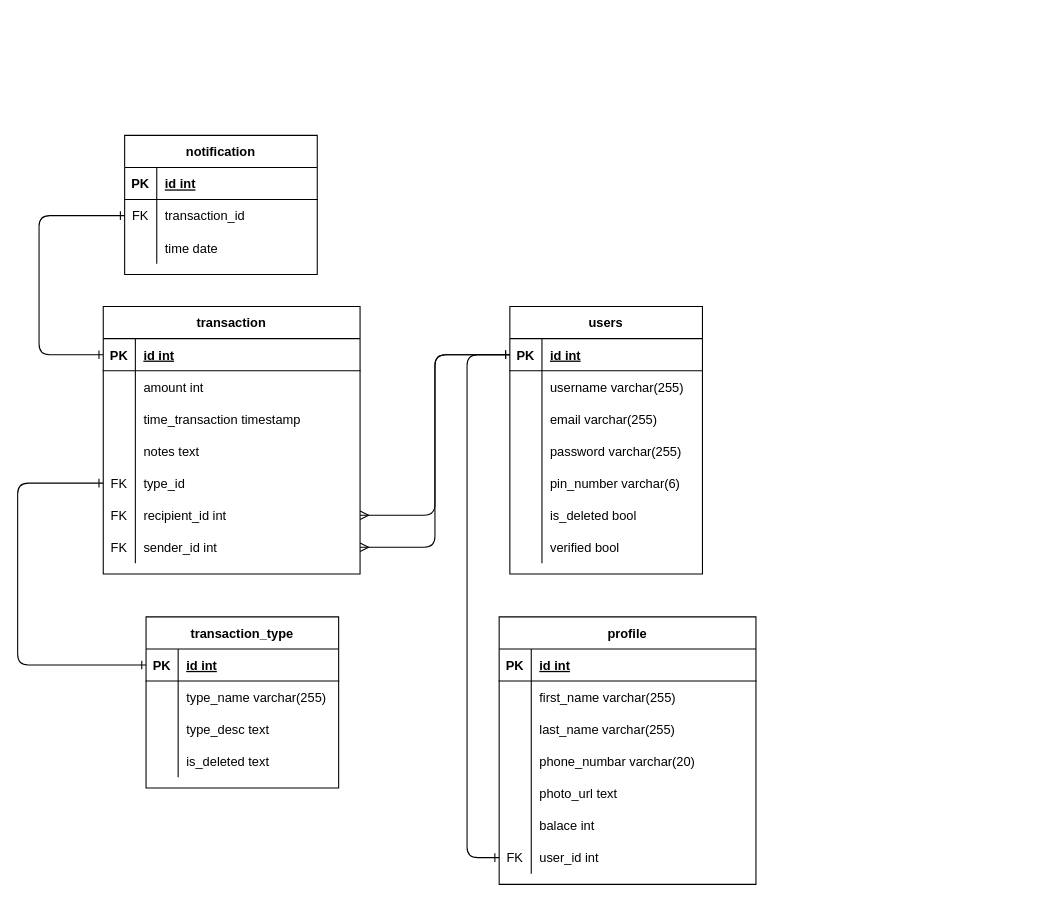
Before: erd.drawio in afrizalsofyan/fw9-backend, a draw.io diagram. Source tidied: cells renumbered, new cells numbered last; positions are measured from the earlier drawing's top-left corner, leaving out a move shared by most shapes. Both pictures are drawn from the tidied source at 107%, with x=0, y=0 at pixel (17, 135).
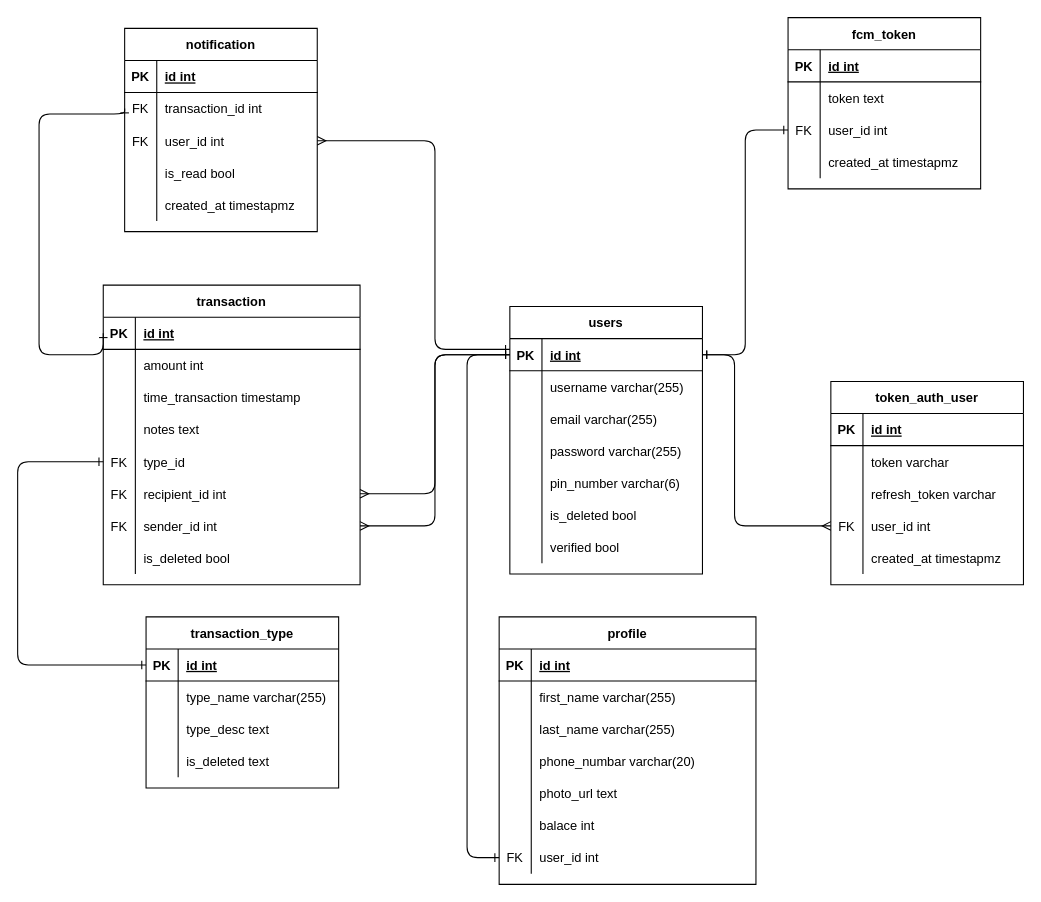
The same page after the edit.

Commit message (it also covers changes not shown here):
update postman docs and erd

The change refers to these unchanged cells:
```xml
<mxCell id="3" style="shape=partialRectangle;fillColor=none;top=0;left=0;bottom=1;right=0;points=[[0,0.5],[1,0.5]];portConstraint=eastwest;" parent="2" vertex="1">
  <mxGeometry y="30" width="180" height="30" as="geometry" />
</mxCell>
<mxCell id="47" style="shape=partialRectangle;fillColor=none;top=0;left=0;bottom=1;right=0;points=[[0,0.5],[1,0.5]];portConstraint=eastwest;" parent="46" vertex="1">
  <mxGeometry y="30" width="240" height="30" as="geometry" />
</mxCell>
<mxCell id="59" style="shape=partialRectangle;fillColor=none;top=0;left=0;bottom=0;right=0;points=[[0,0.5],[1,0.5]];portConstraint=eastwest;" parent="46" vertex="1">
  <mxGeometry y="150" width="240" height="30" as="geometry" />
</mxCell>
<mxCell id="69" style="shape=partialRectangle;fillColor=none;top=0;left=0;bottom=1;right=0;points=[[0,0.5],[1,0.5]];portConstraint=eastwest;" parent="68" vertex="1">
  <mxGeometry y="30" width="180" height="30" as="geometry" />
</mxCell>
<mxCell id="89" style="shape=partialRectangle;fillColor=none;top=0;left=0;bottom=0;right=0;points=[[0,0.5],[1,0.5]];portConstraint=eastwest;" parent="85" vertex="1">
  <mxGeometry y="60" width="180" height="30" as="geometry" />
</mxCell>
<mxCell id="92" style="shape=partialRectangle;fillColor=none;top=0;left=0;bottom=0;right=0;points=[[0,0.5],[1,0.5]];portConstraint=eastwest;" parent="85" vertex="1">
  <mxGeometry y="90" width="180" height="30" as="geometry" />
</mxCell>
```

The edit, as a diff of the source:
```diff
@@
     <mxCell id="46" value="transaction" style="shape=table;startSize=30;childLayout=tableLayout;rowLines=0;fontStyle=1;align=center;" parent="1" vertex="1">
-      <mxGeometry x="80" y="160" width="240" height="250" as="geometry" />
+      <mxGeometry x="80" y="140" width="240" height="280" as="geometry" />
     </mxCell>
@@
+    <mxCell id="96" style="shape=partialRectangle;fillColor=none;top=0;left=0;bottom=0;right=0;" parent="46" vertex="1">
+      <mxGeometry y="240" width="240" height="30" as="geometry" />
+    </mxCell>
+    <mxCell id="97" style="shape=partialRectangle;fillColor=none;top=0;left=0;bottom=0;right=0;overflow=hidden;" parent="96" vertex="1">
+      <mxGeometry width="30" height="30" as="geometry" />
+    </mxCell>
+    <mxCell id="98" value="is_deleted bool" style="shape=partialRectangle;fillColor=none;top=0;left=0;bottom=0;right=0;align=left;spacingLeft=6;overflow=hidden;" parent="96" vertex="1">
+      <mxGeometry x="30" width="210" height="30" as="geometry" />
+    </mxCell>
@@
     <mxCell id="84" style="edgeStyle=orthogonalEdgeStyle;html=1;entryX=0;entryY=0.5;entryDx=0;entryDy=0;startArrow=ERone;startFill=0;endArrow=ERone;endFill=0;" parent="1" edge="1" source="59" target="69">
       <mxGeometry relative="1" as="geometry">
         <Array as="points">
-          <mxPoint y="325" />
+          <mxPoint y="305" />
           <mxPoint y="495" />
         </Array>
       </mxGeometry>
     </mxCell>
     <mxCell id="85" value="notification" style="shape=table;startSize=30;childLayout=tableLayout;rowLines=0;fontStyle=1;align=center;" parent="1" vertex="1">
-      <mxGeometry x="100" width="180" height="130" as="geometry" />
+      <mxGeometry x="100" y="-100" width="180" height="190" as="geometry" />
     </mxCell>
@@
-    <mxCell id="91" value="transaction_id" style="shape=partialRectangle;fillColor=none;top=0;left=0;bottom=0;right=0;align=left;spacingLeft=6;overflow=hidden;" parent="89" vertex="1">
+    <mxCell id="91" value="transaction_id int" style="shape=partialRectangle;fillColor=none;top=0;left=0;bottom=0;right=0;align=left;spacingLeft=6;overflow=hidden;" parent="89" vertex="1">
       <mxGeometry x="30" width="150" height="30" as="geometry" />
     </mxCell>
@@
-    <mxCell id="93" style="shape=partialRectangle;fillColor=none;top=0;left=0;bottom=0;right=0;overflow=hidden;" parent="92" vertex="1">
+    <mxCell id="93" value="FK" style="shape=partialRectangle;fillColor=none;top=0;left=0;bottom=0;right=0;overflow=hidden;" parent="92" vertex="1">
       <mxGeometry width="30" height="30" as="geometry" />
     </mxCell>
-    <mxCell id="94" value="time date" style="shape=partialRectangle;fillColor=none;top=0;left=0;bottom=0;right=0;align=left;spacingLeft=6;overflow=hidden;" parent="92" vertex="1">
+    <mxCell id="94" value="user_id int" style="shape=partialRectangle;fillColor=none;top=0;left=0;bottom=0;right=0;align=left;spacingLeft=6;overflow=hidden;" parent="92" vertex="1">
       <mxGeometry x="30" width="150" height="30" as="geometry" />
     </mxCell>
+    <mxCell id="99" style="shape=partialRectangle;fillColor=none;top=0;left=0;bottom=0;right=0;" parent="85" vertex="1">
+      <mxGeometry y="120" width="180" height="30" as="geometry" />
+    </mxCell>
+    <mxCell id="100" style="shape=partialRectangle;fillColor=none;top=0;left=0;bottom=0;right=0;overflow=hidden;" parent="99" vertex="1">
+      <mxGeometry width="30" height="30" as="geometry" />
+    </mxCell>
+    <mxCell id="101" value="is_read bool" style="shape=partialRectangle;fillColor=none;top=0;left=0;bottom=0;right=0;align=left;spacingLeft=6;overflow=hidden;" parent="99" vertex="1">
+      <mxGeometry x="30" width="150" height="30" as="geometry" />
+    </mxCell>
+    <mxCell id="102" style="shape=partialRectangle;fillColor=none;top=0;left=0;bottom=0;right=0;" parent="85" vertex="1">
+      <mxGeometry y="150" width="180" height="30" as="geometry" />
+    </mxCell>
+    <mxCell id="103" style="shape=partialRectangle;fillColor=none;top=0;left=0;bottom=0;right=0;overflow=hidden;" parent="102" vertex="1">
+      <mxGeometry width="30" height="30" as="geometry" />
+    </mxCell>
+    <mxCell id="104" value="created_at timestapmz" style="shape=partialRectangle;fillColor=none;top=0;left=0;bottom=0;right=0;align=left;spacingLeft=6;overflow=hidden;" parent="102" vertex="1">
+      <mxGeometry x="30" width="150" height="30" as="geometry" />
+    </mxCell>
     <mxCell id="95" style="edgeStyle=orthogonalEdgeStyle;html=1;exitX=0;exitY=0.5;exitDx=0;exitDy=0;entryX=0;entryY=0.5;entryDx=0;entryDy=0;startArrow=ERone;startFill=0;endArrow=ERone;endFill=0;" parent="1" edge="1" source="47" target="89">
       <mxGeometry relative="1" as="geometry">
         <Array as="points">
           <mxPoint x="20" y="205" />
-          <mxPoint x="20" y="75" />
+          <mxPoint x="20" y="-20" />
+          <mxPoint x="100" y="-20" />
         </Array>
       </mxGeometry>
     </mxCell>
+    <mxCell id="105" style="edgeStyle=orthogonalEdgeStyle;html=1;endArrow=ERone;endFill=0;startArrow=ERmany;startFill=0;" parent="1" edge="1" source="92">
+      <mxGeometry relative="1" as="geometry">
+        <mxPoint x="460" y="200" as="targetPoint" />
+        <Array as="points">
+          <mxPoint x="390" y="5" />
+          <mxPoint x="390" y="200" />
+        </Array>
+      </mxGeometry>
+    </mxCell>
+    <mxCell id="106" value="fcm_token" style="shape=table;startSize=30;childLayout=tableLayout;rowLines=0;fontStyle=1;align=center;" parent="1" vertex="1">
+      <mxGeometry x="720" y="-110" width="180" height="160" as="geometry" />
+    </mxCell>
+    <mxCell id="107" style="shape=partialRectangle;fillColor=none;top=0;left=0;bottom=1;right=0;" parent="106" vertex="1">
+      <mxGeometry y="30" width="180" height="30" as="geometry" />
+    </mxCell>
+    <mxCell id="108" value="PK" style="shape=partialRectangle;fillColor=none;top=0;left=0;bottom=0;right=0;fontStyle=1;overflow=hidden;" parent="107" vertex="1">
+      <mxGeometry width="30" height="30" as="geometry" />
+    </mxCell>
+    <mxCell id="109" value="id int" style="shape=partialRectangle;fillColor=none;top=0;left=0;bottom=0;right=0;align=left;spacingLeft=6;fontStyle=5;overflow=hidden;" parent="107" vertex="1">
+      <mxGeometry x="30" width="150" height="30" as="geometry" />
+    </mxCell>
+    <mxCell id="110" style="shape=partialRectangle;fillColor=none;top=0;left=0;bottom=0;right=0;" parent="106" vertex="1">
+      <mxGeometry y="60" width="180" height="30" as="geometry" />
+    </mxCell>
+    <mxCell id="111" style="shape=partialRectangle;fillColor=none;top=0;left=0;bottom=0;right=0;overflow=hidden;" parent="110" vertex="1">
+      <mxGeometry width="30" height="30" as="geometry" />
+    </mxCell>
+    <mxCell id="112" value="token text" style="shape=partialRectangle;fillColor=none;top=0;left=0;bottom=0;right=0;align=left;spacingLeft=6;overflow=hidden;" parent="110" vertex="1">
+      <mxGeometry x="30" width="150" height="30" as="geometry" />
+    </mxCell>
+    <mxCell id="113" style="shape=partialRectangle;fillColor=none;top=0;left=0;bottom=0;right=0;points=[[0,0.5],[1,0.5]];portConstraint=eastwest;" parent="106" vertex="1">
+      <mxGeometry y="90" width="180" height="30" as="geometry" />
+    </mxCell>
+    <mxCell id="114" value="FK" style="shape=partialRectangle;fillColor=none;top=0;left=0;bottom=0;right=0;overflow=hidden;" parent="113" vertex="1">
+      <mxGeometry width="30" height="30" as="geometry" />
+    </mxCell>
+    <mxCell id="115" value="user_id int" style="shape=partialRectangle;fillColor=none;top=0;left=0;bottom=0;right=0;align=left;spacingLeft=6;overflow=hidden;" parent="113" vertex="1">
+      <mxGeometry x="30" width="150" height="30" as="geometry" />
+    </mxCell>
+    <mxCell id="116" style="shape=partialRectangle;fillColor=none;top=0;left=0;bottom=0;right=0;" parent="106" vertex="1">
+      <mxGeometry y="120" width="180" height="30" as="geometry" />
+    </mxCell>
+    <mxCell id="117" style="shape=partialRectangle;fillColor=none;top=0;left=0;bottom=0;right=0;overflow=hidden;" parent="116" vertex="1">
+      <mxGeometry width="30" height="30" as="geometry" />
+    </mxCell>
+    <mxCell id="118" value="created_at timestapmz" style="shape=partialRectangle;fillColor=none;top=0;left=0;bottom=0;right=0;align=left;spacingLeft=6;overflow=hidden;" parent="116" vertex="1">
+      <mxGeometry x="30" width="150" height="30" as="geometry" />
+    </mxCell>
+    <mxCell id="119" style="edgeStyle=orthogonalEdgeStyle;html=1;exitX=0;exitY=0.5;exitDx=0;exitDy=0;entryX=1;entryY=0.5;entryDx=0;entryDy=0;startArrow=ERone;startFill=0;endArrow=ERone;endFill=0;" parent="1" edge="1" source="113" target="3">
+      <mxGeometry relative="1" as="geometry" />
+    </mxCell>
+    <mxCell id="120" value="token_auth_user" style="shape=table;startSize=30;childLayout=tableLayout;rowLines=0;fontStyle=1;align=center;" parent="1" vertex="1">
+      <mxGeometry x="760" y="230" width="180" height="190" as="geometry" />
+    </mxCell>
+    <mxCell id="121" style="shape=partialRectangle;fillColor=none;top=0;left=0;bottom=1;right=0;" parent="120" vertex="1">
+      <mxGeometry y="30" width="180" height="30" as="geometry" />
+    </mxCell>
+    <mxCell id="122" value="PK" style="shape=partialRectangle;fillColor=none;top=0;left=0;bottom=0;right=0;fontStyle=1;overflow=hidden;" parent="121" vertex="1">
+      <mxGeometry width="30" height="30" as="geometry" />
+    </mxCell>
+    <mxCell id="123" value="id int" style="shape=partialRectangle;fillColor=none;top=0;left=0;bottom=0;right=0;align=left;spacingLeft=6;fontStyle=5;overflow=hidden;" parent="121" vertex="1">
+      <mxGeometry x="30" width="150" height="30" as="geometry" />
+    </mxCell>
+    <mxCell id="124" style="shape=partialRectangle;fillColor=none;top=0;left=0;bottom=0;right=0;" parent="120" vertex="1">
+      <mxGeometry y="60" width="180" height="30" as="geometry" />
+    </mxCell>
+    <mxCell id="125" style="shape=partialRectangle;fillColor=none;top=0;left=0;bottom=0;right=0;overflow=hidden;" parent="124" vertex="1">
+      <mxGeometry width="30" height="30" as="geometry" />
+    </mxCell>
+    <mxCell id="126" value="token varchar" style="shape=partialRectangle;fillColor=none;top=0;left=0;bottom=0;right=0;align=left;spacingLeft=6;overflow=hidden;" parent="124" vertex="1">
+      <mxGeometry x="30" width="150" height="30" as="geometry" />
+    </mxCell>
+    <mxCell id="127" style="shape=partialRectangle;fillColor=none;top=0;left=0;bottom=0;right=0;" parent="120" vertex="1">
+      <mxGeometry y="90" width="180" height="30" as="geometry" />
+    </mxCell>
+    <mxCell id="128" style="shape=partialRectangle;fillColor=none;top=0;left=0;bottom=0;right=0;overflow=hidden;" parent="127" vertex="1">
+      <mxGeometry width="30" height="30" as="geometry" />
+    </mxCell>
+    <mxCell id="129" value="refresh_token varchar" style="shape=partialRectangle;fillColor=none;top=0;left=0;bottom=0;right=0;align=left;spacingLeft=6;overflow=hidden;" parent="127" vertex="1">
+      <mxGeometry x="30" width="150" height="30" as="geometry" />
+    </mxCell>
+    <mxCell id="130" style="shape=partialRectangle;fillColor=none;top=0;left=0;bottom=0;right=0;points=[[0,0.5],[1,0.5]];portConstraint=eastwest;" parent="120" vertex="1">
+      <mxGeometry y="120" width="180" height="30" as="geometry" />
+    </mxCell>
+    <mxCell id="131" value="FK" style="shape=partialRectangle;fillColor=none;top=0;left=0;bottom=0;right=0;overflow=hidden;" parent="130" vertex="1">
+      <mxGeometry width="30" height="30" as="geometry" />
+    </mxCell>
+    <mxCell id="132" value="user_id int" style="shape=partialRectangle;fillColor=none;top=0;left=0;bottom=0;right=0;align=left;spacingLeft=6;overflow=hidden;" parent="130" vertex="1">
+      <mxGeometry x="30" width="150" height="30" as="geometry" />
+    </mxCell>
+    <mxCell id="133" style="shape=partialRectangle;fillColor=none;top=0;left=0;bottom=0;right=0;" parent="120" vertex="1">
+      <mxGeometry y="150" width="180" height="30" as="geometry" />
+    </mxCell>
+    <mxCell id="134" style="shape=partialRectangle;fillColor=none;top=0;left=0;bottom=0;right=0;overflow=hidden;" parent="133" vertex="1">
+      <mxGeometry width="30" height="30" as="geometry" />
+    </mxCell>
+    <mxCell id="135" value="created_at timestapmz" style="shape=partialRectangle;fillColor=none;top=0;left=0;bottom=0;right=0;align=left;spacingLeft=6;overflow=hidden;" parent="133" vertex="1">
+      <mxGeometry x="30" width="150" height="30" as="geometry" />
+    </mxCell>
+    <mxCell id="136" style="edgeStyle=orthogonalEdgeStyle;html=1;exitX=0;exitY=0.5;exitDx=0;exitDy=0;startArrow=ERmany;startFill=0;endArrow=ERone;endFill=0;entryX=1;entryY=0.5;entryDx=0;entryDy=0;" parent="1" edge="1" source="130" target="3">
+      <mxGeometry relative="1" as="geometry">
+        <Array as="points">
+          <mxPoint x="670" y="365" />
+          <mxPoint x="670" y="205" />
+        </Array>
+      </mxGeometry>
+    </mxCell>
```
